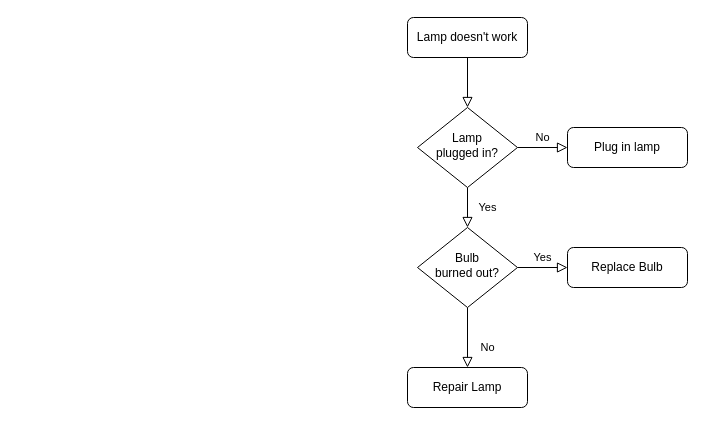
Before: tome/payment项目项目流程图.drawio in kushinae/diagrams, a draw.io diagram. Source tidied: cells renumbered, new cells numbered last; positions are measured from the earlier drawing's top-left corner, leaving out a move shared by most shapes. Both pictures are drawn from the tidied source at 100%, with x=0, y=0 at pixel (407, 17).
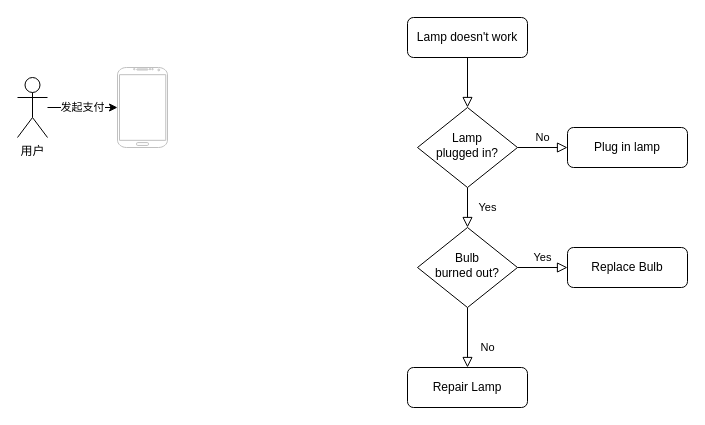
The same diagram, later.

Commit message:
更新payment项目项目流程图.drawio

Diff of the diagram source:
```diff
@@
 <mxGraphModel>
   <root>
     <mxCell id="0" />
     <mxCell id="1" parent="0" />
     <mxCell id="2" style="rounded=0;html=1;jettySize=auto;fontSize=11;endArrow=block;endFill=0;endSize=8;strokeWidth=1;shadow=0;labelBackgroundColor=none;edgeStyle=orthogonalEdgeStyle;" parent="1" edge="1" source="3" target="6">
       <mxGeometry relative="1" as="geometry" />
     </mxCell>
     <mxCell id="3" value="Lamp doesn't work" style="rounded=1;whiteSpace=wrap;html=1;fontSize=12;glass=0;strokeWidth=1;shadow=0;" parent="1" vertex="1">
       <mxGeometry width="120" height="40" as="geometry" />
     </mxCell>
     <mxCell id="4" value="Yes" style="rounded=0;html=1;jettySize=auto;fontSize=11;endArrow=block;endFill=0;endSize=8;strokeWidth=1;shadow=0;labelBackgroundColor=none;edgeStyle=orthogonalEdgeStyle;" parent="1" edge="1" source="6" target="10">
       <mxGeometry y="20" relative="1" as="geometry" />
     </mxCell>
     <mxCell id="5" value="No" style="edgeStyle=orthogonalEdgeStyle;rounded=0;html=1;jettySize=auto;fontSize=11;endArrow=block;endFill=0;endSize=8;strokeWidth=1;shadow=0;labelBackgroundColor=none;" parent="1" edge="1" source="6" target="7">
       <mxGeometry y="10" relative="1" as="geometry" />
     </mxCell>
     <mxCell id="6" value="Lamp&lt;br&gt;plugged in?" style="rhombus;whiteSpace=wrap;html=1;shadow=0;fontFamily=Helvetica;fontSize=12;align=center;strokeWidth=1;spacing=6;spacingTop=-4;" parent="1" vertex="1">
       <mxGeometry x="10" y="90" width="100" height="80" as="geometry" />
     </mxCell>
     <mxCell id="7" value="Plug in lamp" style="rounded=1;whiteSpace=wrap;html=1;fontSize=12;glass=0;strokeWidth=1;shadow=0;" parent="1" vertex="1">
       <mxGeometry x="160" y="110" width="120" height="40" as="geometry" />
     </mxCell>
     <mxCell id="8" value="No" style="rounded=0;html=1;jettySize=auto;fontSize=11;endArrow=block;endFill=0;endSize=8;strokeWidth=1;shadow=0;labelBackgroundColor=none;edgeStyle=orthogonalEdgeStyle;" parent="1" edge="1" source="10" target="11">
       <mxGeometry x="0.33" y="20" relative="1" as="geometry" />
     </mxCell>
     <mxCell id="9" value="Yes" style="edgeStyle=orthogonalEdgeStyle;rounded=0;html=1;jettySize=auto;fontSize=11;endArrow=block;endFill=0;endSize=8;strokeWidth=1;shadow=0;labelBackgroundColor=none;" parent="1" edge="1" source="10" target="12">
       <mxGeometry y="10" relative="1" as="geometry" />
     </mxCell>
     <mxCell id="10" value="Bulb&lt;br&gt;burned out?" style="rhombus;whiteSpace=wrap;html=1;shadow=0;fontFamily=Helvetica;fontSize=12;align=center;strokeWidth=1;spacing=6;spacingTop=-4;" parent="1" vertex="1">
       <mxGeometry x="10" y="210" width="100" height="80" as="geometry" />
     </mxCell>
     <mxCell id="11" value="Repair Lamp" style="rounded=1;whiteSpace=wrap;html=1;fontSize=12;glass=0;strokeWidth=1;shadow=0;" parent="1" vertex="1">
       <mxGeometry y="350" width="120" height="40" as="geometry" />
     </mxCell>
     <mxCell id="12" value="Replace Bulb" style="rounded=1;whiteSpace=wrap;html=1;fontSize=12;glass=0;strokeWidth=1;shadow=0;" parent="1" vertex="1">
       <mxGeometry x="160" y="230" width="120" height="40" as="geometry" />
     </mxCell>
+    <mxCell id="13" value="发起支付" style="edgeStyle=orthogonalEdgeStyle;rounded=0;jettySize=auto;html=1;entryX=0;entryY=0.5;entryDx=0;entryDy=0;entryPerimeter=0;" parent="1" edge="1" source="14" target="15">
+      <mxGeometry relative="1" as="geometry" />
+    </mxCell>
+    <mxCell id="14" value="用户" style="shape=umlActor;verticalLabelPosition=bottom;verticalAlign=top;html=1;outlineConnect=0;" parent="1" vertex="1">
+      <mxGeometry x="-390" y="60" width="30" height="60" as="geometry" />
+    </mxCell>
+    <mxCell id="15" style="verticalLabelPosition=bottom;verticalAlign=top;html=1;shadow=0;dashed=0;strokeWidth=1;shape=mxgraph.android.phone2;strokeColor=#c0c0c0;" parent="1" vertex="1">
+      <mxGeometry x="-290" y="50" width="50" height="80" as="geometry" />
+    </mxCell>
   </root>
 </mxGraphModel>
```
